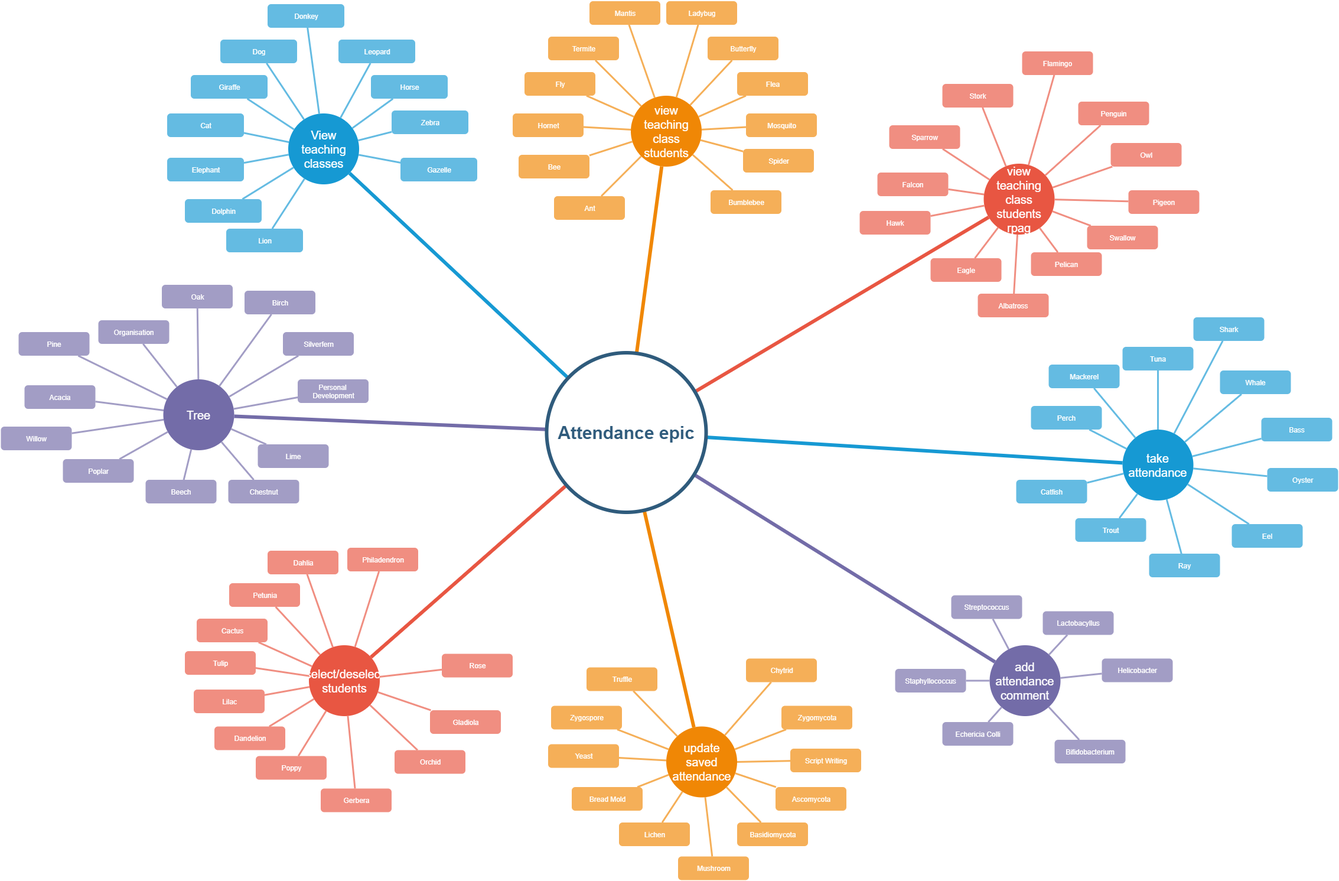
JohnAPedagogy/ProgressiveStudentHackathon keeps this draw.io diagram as 2021/specs/studmgr/admin/admin.png. Above is the earlier version. Source tidied: cells renumbered, new cells last; positions are measured from the earlier drawing's top-left corner, leaving out a move shared by most shapes.
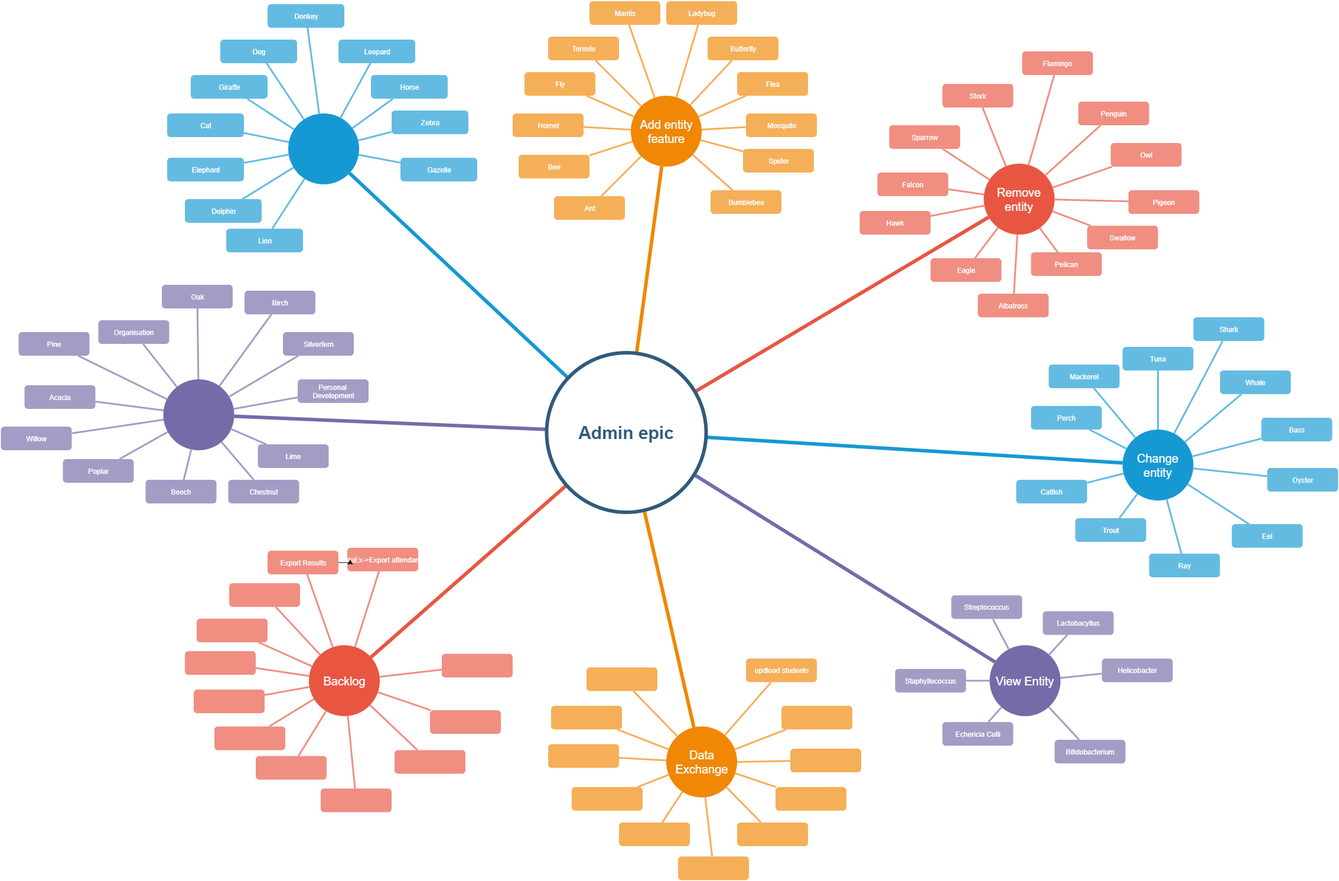
Later version of the same file.

Diff of the diagram source:
```diff
@@ -2,25 +2,25 @@
   <root>
     <mxCell id="0" />
     <mxCell id="1" parent="0" />
-    <mxCell id="2" value="View teaching classes" style="ellipse;whiteSpace=wrap;html=1;shadow=0;fontFamily=Helvetica;fontSize=20;fontColor=#FFFFFF;align=center;strokeWidth=3;fillColor=#1699D3;strokeColor=none;" parent="1" vertex="1">
+    <mxCell id="2" style="ellipse;whiteSpace=wrap;html=1;shadow=0;fontFamily=Helvetica;fontSize=20;fontColor=#FFFFFF;align=center;strokeWidth=3;fillColor=#1699D3;strokeColor=none;" parent="1" vertex="1">
       <mxGeometry x="486.5" y="189.5" width="120" height="120" as="geometry" />
     </mxCell>
-    <mxCell id="3" value="view teaching class students" style="ellipse;whiteSpace=wrap;html=1;shadow=0;fontFamily=Helvetica;fontSize=20;fontColor=#FFFFFF;align=center;strokeWidth=3;fillColor=#F08705;strokeColor=none;gradientColor=none;" parent="1" vertex="1">
+    <mxCell id="3" value="Add entity feature" style="ellipse;whiteSpace=wrap;html=1;shadow=0;fontFamily=Helvetica;fontSize=20;fontColor=#FFFFFF;align=center;strokeWidth=3;fillColor=#F08705;strokeColor=none;gradientColor=none;" parent="1" vertex="1">
       <mxGeometry x="1066.5" y="159.5" width="120" height="120" as="geometry" />
     </mxCell>
-    <mxCell id="4" value="view teaching class students rpag" style="ellipse;whiteSpace=wrap;html=1;shadow=0;fontFamily=Helvetica;fontSize=20;fontColor=#FFFFFF;align=center;strokeWidth=3;fillColor=#E85642;strokeColor=none;" parent="1" vertex="1">
+    <mxCell id="4" value="Remove entity" style="ellipse;whiteSpace=wrap;html=1;shadow=0;fontFamily=Helvetica;fontSize=20;fontColor=#FFFFFF;align=center;strokeWidth=3;fillColor=#E85642;strokeColor=none;" parent="1" vertex="1">
       <mxGeometry x="1664" y="274.5" width="120" height="120" as="geometry" />
     </mxCell>
-    <mxCell id="5" value="take attendance" style="ellipse;whiteSpace=wrap;html=1;shadow=0;fontFamily=Helvetica;fontSize=20;fontColor=#FFFFFF;align=center;strokeWidth=3;fillColor=#1699D3;strokeColor=none;" parent="1" vertex="1">
+    <mxCell id="5" value="Change entity" style="ellipse;whiteSpace=wrap;html=1;shadow=0;fontFamily=Helvetica;fontSize=20;fontColor=#FFFFFF;align=center;strokeWidth=3;fillColor=#1699D3;strokeColor=none;" parent="1" vertex="1">
       <mxGeometry x="1899" y="724.5" width="120" height="120" as="geometry" />
     </mxCell>
-    <mxCell id="6" value="add attendance comment" style="ellipse;whiteSpace=wrap;html=1;shadow=0;fontFamily=Helvetica;fontSize=20;fontColor=#FFFFFF;align=center;strokeWidth=3;fillColor=#736ca8;strokeColor=none;" parent="1" vertex="1">
+    <mxCell id="6" value="View Entity" style="ellipse;whiteSpace=wrap;html=1;shadow=0;fontFamily=Helvetica;fontSize=20;fontColor=#FFFFFF;align=center;strokeWidth=3;fillColor=#736ca8;strokeColor=none;" parent="1" vertex="1">
       <mxGeometry x="1674" y="1089.5" width="120" height="120" as="geometry" />
     </mxCell>
-    <mxCell id="7" value="update saved attendance" style="ellipse;whiteSpace=wrap;html=1;shadow=0;fontFamily=Helvetica;fontSize=20;fontColor=#FFFFFF;align=center;strokeWidth=3;fillColor=#F08705;strokeColor=none;" parent="1" vertex="1">
+    <mxCell id="7" value="Data Exchange" style="ellipse;whiteSpace=wrap;html=1;shadow=0;fontFamily=Helvetica;fontSize=20;fontColor=#FFFFFF;align=center;strokeWidth=3;fillColor=#F08705;strokeColor=none;" parent="1" vertex="1">
       <mxGeometry x="1126.5" y="1227" width="120" height="120" as="geometry" />
     </mxCell>
-    <mxCell id="8" value="select/deselect students" style="ellipse;whiteSpace=wrap;html=1;shadow=0;fontFamily=Helvetica;fontSize=20;fontColor=#FFFFFF;align=center;strokeWidth=3;fillColor=#E85642;strokeColor=none;" parent="1" vertex="1">
+    <mxCell id="8" value="Backlog" style="ellipse;whiteSpace=wrap;html=1;shadow=0;fontFamily=Helvetica;fontSize=20;fontColor=#FFFFFF;align=center;strokeWidth=3;fillColor=#E85642;strokeColor=none;" parent="1" vertex="1">
       <mxGeometry x="521.5" y="1089.5" width="120" height="120" as="geometry" />
     </mxCell>
     <mxCell id="9" value="Ant" style="rounded=1;fillColor=#f5af58;strokeColor=none;strokeWidth=3;shadow=0;html=1;fontColor=#FFFFFF;" parent="1" vertex="1">
@@ -356,37 +356,37 @@
     <mxCell id="119" style="edgeStyle=none;endArrow=none;strokeWidth=3;strokeColor=#A29DC5;html=1;" parent="1" edge="1" source="6" target="109">
       <mxGeometry x="251" y="-103.5" as="geometry" />
     </mxCell>
-    <mxCell id="120" value="Zygomycota" style="rounded=1;fillColor=#f5af58;strokeColor=none;strokeWidth=3;shadow=0;html=1;fontColor=#FFFFFF;" parent="1" vertex="1">
+    <mxCell id="120" style="rounded=1;fillColor=#f5af58;strokeColor=none;strokeWidth=3;shadow=0;html=1;fontColor=#FFFFFF;" parent="1" vertex="1">
       <mxGeometry x="1321.5" y="1192" width="120" height="40" as="geometry" />
     </mxCell>
-    <mxCell id="121" value="Script Writing" style="rounded=1;fillColor=#f5af58;strokeColor=none;strokeWidth=3;shadow=0;html=1;fontColor=#FFFFFF;" parent="1" vertex="1">
+    <mxCell id="121" style="rounded=1;fillColor=#f5af58;strokeColor=none;strokeWidth=3;shadow=0;html=1;fontColor=#FFFFFF;" parent="1" vertex="1">
       <mxGeometry x="1336.5" y="1264.5" width="120" height="40" as="geometry" />
     </mxCell>
-    <mxCell id="122" value="Ascomycota" style="rounded=1;fillColor=#f5af58;strokeColor=none;strokeWidth=3;shadow=0;html=1;fontColor=#FFFFFF;" parent="1" vertex="1">
+    <mxCell id="122" style="rounded=1;fillColor=#f5af58;strokeColor=none;strokeWidth=3;shadow=0;html=1;fontColor=#FFFFFF;" parent="1" vertex="1">
       <mxGeometry x="1311.5" y="1329.5" width="120" height="40" as="geometry" />
     </mxCell>
-    <mxCell id="123" value="Basidiomycota" style="rounded=1;fillColor=#f5af58;strokeColor=none;strokeWidth=3;shadow=0;html=1;fontColor=#FFFFFF;" parent="1" vertex="1">
+    <mxCell id="123" style="rounded=1;fillColor=#f5af58;strokeColor=none;strokeWidth=3;shadow=0;html=1;fontColor=#FFFFFF;" parent="1" vertex="1">
       <mxGeometry x="1246.5" y="1389.5" width="120" height="40" as="geometry" />
     </mxCell>
-    <mxCell id="124" value="Mushroom" style="rounded=1;fillColor=#f5af58;strokeColor=none;strokeWidth=3;shadow=0;html=1;fontColor=#FFFFFF;" parent="1" vertex="1">
+    <mxCell id="124" style="rounded=1;fillColor=#f5af58;strokeColor=none;strokeWidth=3;shadow=0;html=1;fontColor=#FFFFFF;" parent="1" vertex="1">
       <mxGeometry x="1146.5" y="1447" width="120" height="40" as="geometry" />
     </mxCell>
-    <mxCell id="125" value="Lichen" style="rounded=1;fillColor=#f5af58;strokeColor=none;strokeWidth=3;shadow=0;html=1;fontColor=#FFFFFF;" parent="1" vertex="1">
+    <mxCell id="125" style="rounded=1;fillColor=#f5af58;strokeColor=none;strokeWidth=3;shadow=0;html=1;fontColor=#FFFFFF;" parent="1" vertex="1">
       <mxGeometry x="1046.5" y="1389.5" width="120" height="40" as="geometry" />
     </mxCell>
-    <mxCell id="126" value="Bread Mold" style="rounded=1;fillColor=#f5af58;strokeColor=none;strokeWidth=3;shadow=0;html=1;fontColor=#FFFFFF;" parent="1" vertex="1">
+    <mxCell id="126" style="rounded=1;fillColor=#f5af58;strokeColor=none;strokeWidth=3;shadow=0;html=1;fontColor=#FFFFFF;" parent="1" vertex="1">
       <mxGeometry x="966.5" y="1329.5" width="120" height="40" as="geometry" />
     </mxCell>
-    <mxCell id="127" value="Yeast" style="rounded=1;fillColor=#f5af58;strokeColor=none;strokeWidth=3;shadow=0;html=1;fontColor=#FFFFFF;" parent="1" vertex="1">
+    <mxCell id="127" style="rounded=1;fillColor=#f5af58;strokeColor=none;strokeWidth=3;shadow=0;html=1;fontColor=#FFFFFF;" parent="1" vertex="1">
       <mxGeometry x="926.5" y="1257" width="120" height="40" as="geometry" />
     </mxCell>
-    <mxCell id="128" value="Zygospore" style="rounded=1;fillColor=#f5af58;strokeColor=none;strokeWidth=3;shadow=0;html=1;fontColor=#FFFFFF;" parent="1" vertex="1">
+    <mxCell id="128" style="rounded=1;fillColor=#f5af58;strokeColor=none;strokeWidth=3;shadow=0;html=1;fontColor=#FFFFFF;" parent="1" vertex="1">
       <mxGeometry x="931.5" y="1192" width="120" height="40" as="geometry" />
     </mxCell>
-    <mxCell id="129" value="Truffle" style="rounded=1;fillColor=#f5af58;strokeColor=none;strokeWidth=3;shadow=0;html=1;fontColor=#FFFFFF;" parent="1" vertex="1">
+    <mxCell id="129" style="rounded=1;fillColor=#f5af58;strokeColor=none;strokeWidth=3;shadow=0;html=1;fontColor=#FFFFFF;" parent="1" vertex="1">
       <mxGeometry x="991.5" y="1127" width="120" height="40" as="geometry" />
     </mxCell>
-    <mxCell id="130" value="Chytrid" style="rounded=1;fillColor=#f5af58;strokeColor=none;strokeWidth=3;shadow=0;html=1;fontColor=#FFFFFF;" parent="1" vertex="1">
+    <mxCell id="130" value="updload students" style="rounded=1;fillColor=#f5af58;strokeColor=none;strokeWidth=3;shadow=0;html=1;fontColor=#FFFFFF;" parent="1" vertex="1">
       <mxGeometry x="1261.5" y="1112" width="120" height="40" as="geometry" />
     </mxCell>
     <mxCell id="131" style="edgeStyle=none;endArrow=none;strokeWidth=3;strokeColor=#F5AF58;html=1;" parent="1" edge="1" source="7" target="130">
@@ -422,40 +422,43 @@
     <mxCell id="141" style="edgeStyle=none;endArrow=none;strokeWidth=3;strokeColor=#F5AF58;html=1;" parent="1" edge="1" source="7" target="129">
       <mxGeometry x="243.5" y="39" as="geometry" />
     </mxCell>
-    <mxCell id="142" value="Philadendron" style="rounded=1;fillColor=#f08e81;strokeColor=none;strokeWidth=3;shadow=0;html=1;fontColor=#FFFFFF;" parent="1" vertex="1">
+    <mxCell id="142" value="DataEx-&amp;gt;Export attendance" style="rounded=1;fillColor=#f08e81;strokeColor=none;strokeWidth=3;shadow=0;html=1;fontColor=#FFFFFF;" parent="1" vertex="1">
       <mxGeometry x="586.5" y="924.5" width="120" height="40" as="geometry" />
     </mxCell>
+    <mxCell id="195" style="edgeStyle=orthogonalEdgeStyle;rounded=0;jettySize=auto;html=1;" parent="1" edge="1" source="143" target="142">
+      <mxGeometry relative="1" as="geometry" />
+    </mxCell>
-    <mxCell id="143" value="Dahlia" style="rounded=1;fillColor=#f08e81;strokeColor=none;strokeWidth=3;shadow=0;html=1;fontColor=#FFFFFF;" parent="1" vertex="1">
+    <mxCell id="143" value="Export Results" style="rounded=1;fillColor=#f08e81;strokeColor=none;strokeWidth=3;shadow=0;html=1;fontColor=#FFFFFF;" parent="1" vertex="1">
       <mxGeometry x="451.5" y="929.5" width="120" height="40" as="geometry" />
     </mxCell>
-    <mxCell id="144" value="Petunia" style="rounded=1;fillColor=#f08e81;strokeColor=none;strokeWidth=3;shadow=0;html=1;fontColor=#FFFFFF;" parent="1" vertex="1">
+    <mxCell id="144" style="rounded=1;fillColor=#f08e81;strokeColor=none;strokeWidth=3;shadow=0;html=1;fontColor=#FFFFFF;" parent="1" vertex="1">
       <mxGeometry x="386.5" y="984.5" width="120" height="40" as="geometry" />
     </mxCell>
-    <mxCell id="145" value="Cactus" style="rounded=1;fillColor=#f08e81;strokeColor=none;strokeWidth=3;shadow=0;html=1;fontColor=#FFFFFF;" parent="1" vertex="1">
+    <mxCell id="145" style="rounded=1;fillColor=#f08e81;strokeColor=none;strokeWidth=3;shadow=0;html=1;fontColor=#FFFFFF;" parent="1" vertex="1">
       <mxGeometry x="331.5" y="1044.5" width="120" height="40" as="geometry" />
     </mxCell>
-    <mxCell id="146" value="Tulip" style="rounded=1;fillColor=#f08e81;strokeColor=none;strokeWidth=3;shadow=0;html=1;fontColor=#FFFFFF;" parent="1" vertex="1">
+    <mxCell id="146" style="rounded=1;fillColor=#f08e81;strokeColor=none;strokeWidth=3;shadow=0;html=1;fontColor=#FFFFFF;" parent="1" vertex="1">
       <mxGeometry x="311.5" y="1099.5" width="120" height="40" as="geometry" />
     </mxCell>
-    <mxCell id="147" value="Lilac" style="rounded=1;fillColor=#f08e81;strokeColor=none;strokeWidth=3;shadow=0;html=1;fontColor=#FFFFFF;" parent="1" vertex="1">
+    <mxCell id="147" style="rounded=1;fillColor=#f08e81;strokeColor=none;strokeWidth=3;shadow=0;html=1;fontColor=#FFFFFF;" parent="1" vertex="1">
       <mxGeometry x="326.5" y="1164.5" width="120" height="40" as="geometry" />
     </mxCell>
-    <mxCell id="148" value="Dandelion" style="rounded=1;fillColor=#f08e81;strokeColor=none;strokeWidth=3;shadow=0;html=1;fontColor=#FFFFFF;" parent="1" vertex="1">
+    <mxCell id="148" style="rounded=1;fillColor=#f08e81;strokeColor=none;strokeWidth=3;shadow=0;html=1;fontColor=#FFFFFF;" parent="1" vertex="1">
       <mxGeometry x="361.5" y="1227" width="120" height="40" as="geometry" />
     </mxCell>
-    <mxCell id="149" value="Poppy" style="rounded=1;fillColor=#f08e81;strokeColor=none;strokeWidth=3;shadow=0;html=1;fontColor=#FFFFFF;" parent="1" vertex="1">
+    <mxCell id="149" style="rounded=1;fillColor=#f08e81;strokeColor=none;strokeWidth=3;shadow=0;html=1;fontColor=#FFFFFF;" parent="1" vertex="1">
       <mxGeometry x="431.5" y="1277" width="120" height="40" as="geometry" />
     </mxCell>
-    <mxCell id="150" value="Gerbera" style="rounded=1;fillColor=#f08e81;strokeColor=none;strokeWidth=3;shadow=0;html=1;fontColor=#FFFFFF;" parent="1" vertex="1">
+    <mxCell id="150" style="rounded=1;fillColor=#f08e81;strokeColor=none;strokeWidth=3;shadow=0;html=1;fontColor=#FFFFFF;" parent="1" vertex="1">
       <mxGeometry x="541.5" y="1332" width="120" height="40" as="geometry" />
     </mxCell>
-    <mxCell id="151" value="Orchid" style="rounded=1;fillColor=#f08e81;strokeColor=none;strokeWidth=3;shadow=0;html=1;fontColor=#FFFFFF;" parent="1" vertex="1">
+    <mxCell id="151" style="rounded=1;fillColor=#f08e81;strokeColor=none;strokeWidth=3;shadow=0;html=1;fontColor=#FFFFFF;" parent="1" vertex="1">
       <mxGeometry x="666.5" y="1267" width="120" height="40" as="geometry" />
     </mxCell>
-    <mxCell id="152" value="Gladiola" style="rounded=1;fillColor=#f08e81;strokeColor=none;strokeWidth=3;shadow=0;html=1;fontColor=#FFFFFF;" parent="1" vertex="1">
+    <mxCell id="152" style="rounded=1;fillColor=#f08e81;strokeColor=none;strokeWidth=3;shadow=0;html=1;fontColor=#FFFFFF;" parent="1" vertex="1">
       <mxGeometry x="726.5" y="1199.5" width="120" height="40" as="geometry" />
     </mxCell>
-    <mxCell id="153" value="Rose" style="rounded=1;fillColor=#f08e81;strokeColor=none;strokeWidth=3;shadow=0;html=1;fontColor=#FFFFFF;" parent="1" vertex="1">
+    <mxCell id="153" style="rounded=1;fillColor=#f08e81;strokeColor=none;strokeWidth=3;shadow=0;html=1;fontColor=#FFFFFF;" parent="1" vertex="1">
       <mxGeometry x="746.5" y="1104" width="120" height="40" as="geometry" />
     </mxCell>
     <mxCell id="154" style="edgeStyle=none;endArrow=none;strokeWidth=3;strokeColor=#F08E81;html=1;" parent="1" edge="1" source="8" target="153">
@@ -497,10 +500,10 @@
     <mxCell id="166" style="edgeStyle=orthogonalEdgeStyle;rounded=0;html=1;exitX=0.75;exitY=0;entryX=0.75;entryY=0;startArrow=none;startFill=0;endArrow=block;endFill=1;jettySize=auto;orthogonalLoop=1;strokeColor=#12aab5;strokeWidth=6;fontSize=20;fontColor=#2F5B7C;" parent="1" edge="1" source="66" target="66">
       <mxGeometry relative="1" as="geometry" />
     </mxCell>
-    <mxCell id="167" value="Attendance epic" style="ellipse;whiteSpace=wrap;html=1;shadow=0;fontFamily=Helvetica;fontSize=30;fontColor=#2F5B7C;align=center;strokeColor=#2F5B7C;strokeWidth=6;fillColor=#FFFFFF;fontStyle=1;gradientColor=none;" parent="1" vertex="1">
+    <mxCell id="167" value="Admin epic" style="ellipse;whiteSpace=wrap;html=1;shadow=0;fontFamily=Helvetica;fontSize=30;fontColor=#2F5B7C;align=center;strokeColor=#2F5B7C;strokeWidth=6;fillColor=#FFFFFF;fontStyle=1;gradientColor=none;" parent="1" vertex="1">
       <mxGeometry x="924" y="594.5" width="270" height="270" as="geometry" />
     </mxCell>
-    <mxCell id="168" value="Tree" style="ellipse;whiteSpace=wrap;html=1;shadow=0;fontFamily=Helvetica;fontSize=20;fontColor=#FFFFFF;align=center;strokeWidth=3;fillColor=#736ca8;strokeColor=none;" parent="1" vertex="1">
+    <mxCell id="168" style="ellipse;whiteSpace=wrap;html=1;shadow=0;fontFamily=Helvetica;fontSize=20;fontColor=#FFFFFF;align=center;strokeWidth=3;fillColor=#736ca8;strokeColor=none;" parent="1" vertex="1">
       <mxGeometry x="275" y="639.5" width="120" height="120" as="geometry" />
     </mxCell>
     <mxCell id="169" value="Organisation" style="rounded=1;fillColor=#a29dc5;strokeColor=none;strokeWidth=3;shadow=0;html=1;fontColor=#FFFFFF;" parent="1" vertex="1">
```
